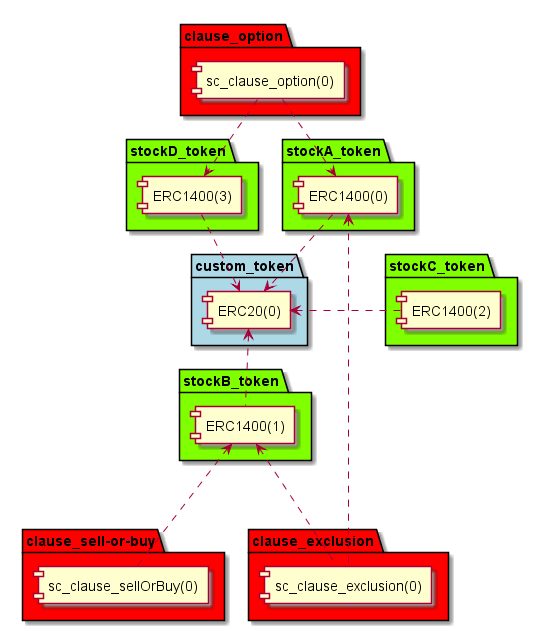
The PlantUML diagram uml-diagrams/smart_contract.png in feraudt/open-clause, before a commit. Source of this version:
```plantuml
@startuml

package "custom_token" #LightBlue {
[ERC20(0)]
}

package "stockA_token" #Chartreuse {
[ERC1400(0)]
}

package "stockB_token" #Chartreuse {
[ERC1400(1)]
}

package "stockC_token" #Chartreuse {
[ERC1400(2)]
}

package "stockD_token" #Chartreuse {
[ERC1400(3)]
}

[ERC1400(0)] .down.> [ERC20(0)]
[ERC1400(3)] .right.> [ERC20(0)]
[ERC1400(1)] .up.> [ERC20(0)]
[ERC1400(2)] .left.> [ERC20(0)]

package "clause_option" #Red {
[sc_clause_option(0)]
}

package "clause_sell-or-buy" #Red {
[sc_clause_sellOrBuy(0)]
}

package "clause_exclusion" #Red {
[sc_clause_exclusion(0)]
}

[sc_clause_option(0)] .down.> [ERC1400(0)]
[sc_clause_sellOrBuy(0)] .up.-> [ERC1400(1)]
[sc_clause_exclusion(0)] .up.-> [ERC1400(1)]
[sc_clause_option(0)] .down.> [ERC1400(3)]
[sc_clause_exclusion(0)] .up.> [ERC1400(0)]


@enduml
```
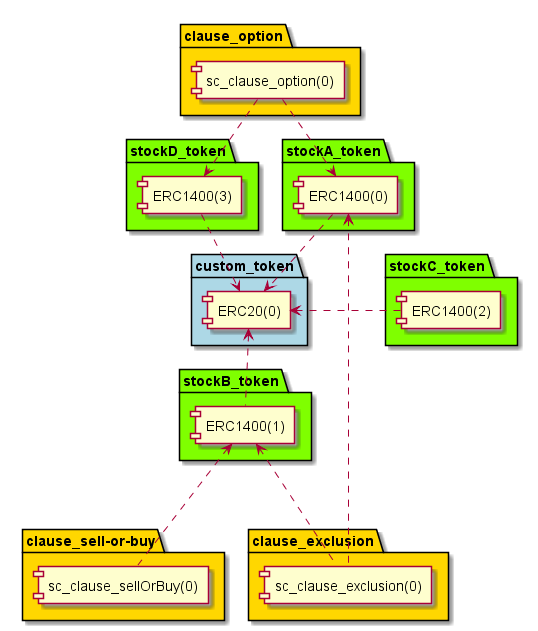
Above is the later version.

Commit message:
diagramme de composants

The edit, as a diff of the source:
```diff
@@ -25,15 +25,15 @@
 [ERC1400(1)] .up.> [ERC20(0)]
 [ERC1400(2)] .left.> [ERC20(0)]
 
-package "clause_option" #Red {
+package "clause_option" #Gold {
 [sc_clause_option(0)]
 }
 
-package "clause_sell-or-buy" #Red {
+package "clause_sell-or-buy" #Gold {
 [sc_clause_sellOrBuy(0)]
 }
 
-package "clause_exclusion" #Red {
+package "clause_exclusion" #Gold {
 [sc_clause_exclusion(0)]
 }
 
```
